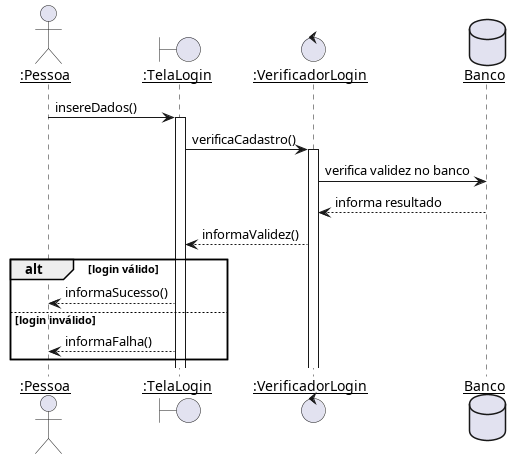
The PlantUML diagram diagramas/sequencia/efetuar_login.png in Pedro-V/projetorium, before a commit. Source of this version:
```plantuml
@startuml
skinparam sequenceParticipant underline

actor ":Pessoa" as Pessoa
boundary ":TelaLogin" as TelaLogin
control ":VerificadorLogin" as VerificadorLogin
database Banco

Pessoa -> TelaLogin ++: insereDados()
TelaLogin -> VerificadorLogin ++: verificaCadastro()
VerificadorLogin -> Banco : verifica validez no banco
Banco --> VerificadorLogin : informa resultado
VerificadorLogin --> TelaLogin : informaValidez()
alt login válido
    TelaLogin --> Pessoa : informaSucesso()
else login inválido
    TelaLogin --> Pessoa : informaFalha()
end
@enduml
```
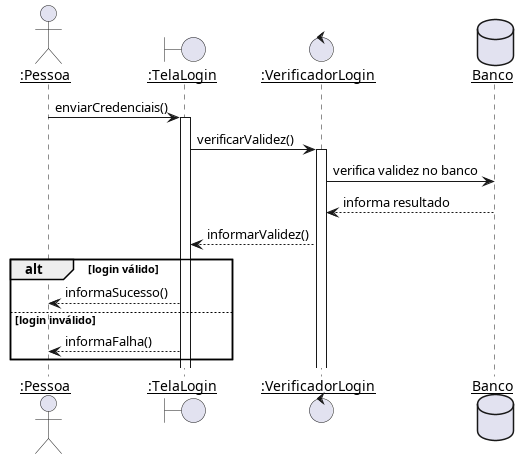
After the change.

Diff of the diagram source:
```diff
@@ -6,11 +6,11 @@
 control ":VerificadorLogin" as VerificadorLogin
 database Banco
 
-Pessoa -> TelaLogin ++: insereDados()
-TelaLogin -> VerificadorLogin ++: verificaCadastro()
+Pessoa -> TelaLogin ++: enviarCredenciais()
+TelaLogin -> VerificadorLogin ++: verificarValidez()
 VerificadorLogin -> Banco : verifica validez no banco
 Banco --> VerificadorLogin : informa resultado
-VerificadorLogin --> TelaLogin : informaValidez()
+VerificadorLogin --> TelaLogin : informarValidez()
 alt login válido
     TelaLogin --> Pessoa : informaSucesso()
 else login inválido
```
